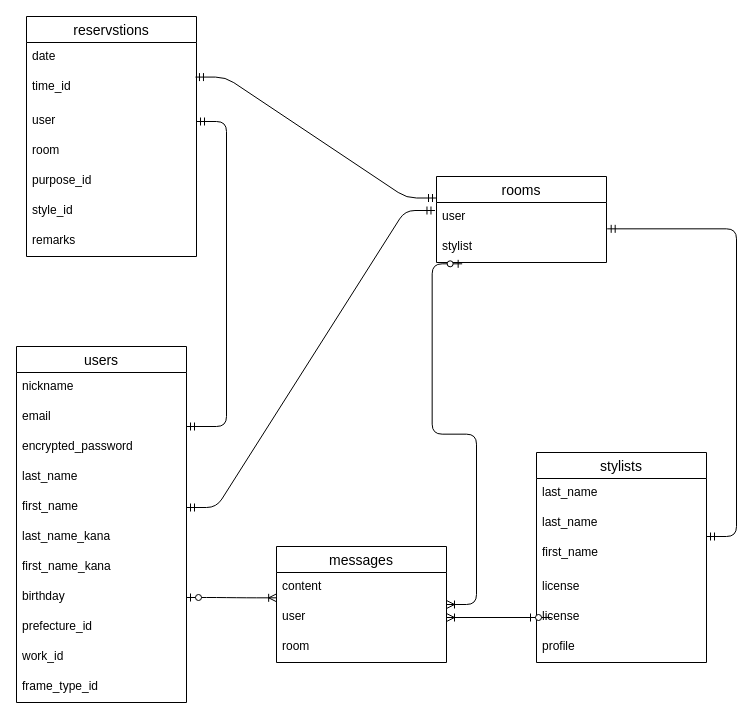
This is er.dio from rikako-yurino/Connect-Stylist, a draw.io file, before an edit. Source tidied: cells renumbered, new cells numbered last; positions are measured from the earlier drawing's top-left corner, leaving out a move shared by most shapes. Both pictures are drawn from the tidied source at 100%, with x=0, y=0 at pixel (16, 16).
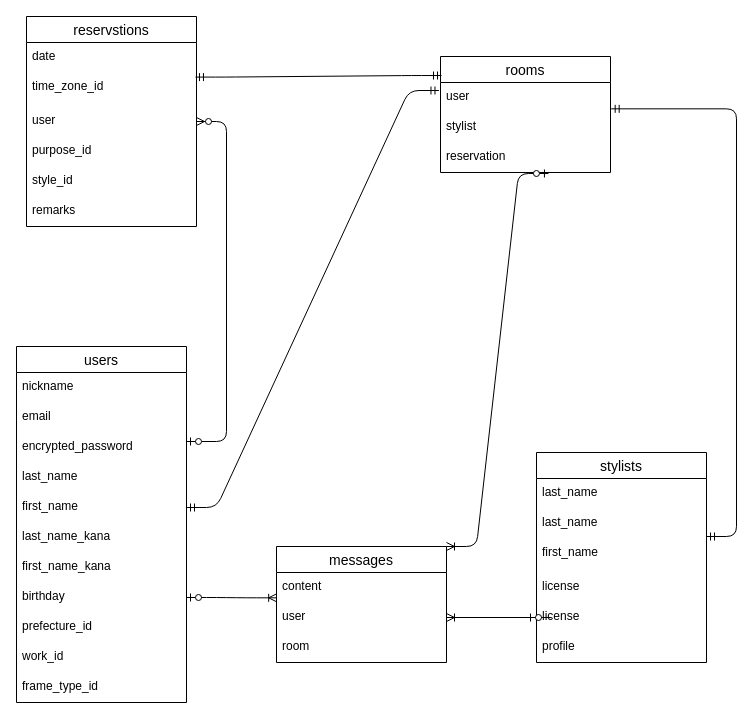
The same diagram, later.

Unchanged cells that the change refers to:
```xml
<mxCell id="16" value="stylist" style="text;strokeColor=none;fillColor=none;spacingLeft=4;spacingRight=4;overflow=hidden;points=[[0,0.5],[1,0.5]];portConstraint=eastwest;fontSize=12;" parent="14" vertex="1">
  <mxGeometry y="56" width="170" height="30" as="geometry" />
</mxCell>
<mxCell id="17" value="messages" style="swimlane;fontStyle=0;horizontal=1;startSize=26;align=center;fontSize=14;" parent="1" vertex="1">
  <mxGeometry x="260" y="530" width="170" height="116" as="geometry" />
</mxCell>
<mxCell id="35" value="user" style="text;strokeColor=none;fillColor=none;spacingLeft=4;spacingRight=4;overflow=hidden;points=[[0,0.5],[1,0.5]];portConstraint=eastwest;fontSize=12;" parent="32" vertex="1">
  <mxGeometry y="90" width="170" height="30" as="geometry" />
</mxCell>
```

What changed in the source:
```diff
@@
     <mxCell id="14" value="rooms" style="swimlane;fontStyle=0;horizontal=1;startSize=26;align=center;fontSize=14;" parent="1" vertex="1">
-      <mxGeometry x="420" y="160" width="170" height="86" as="geometry" />
+      <mxGeometry x="424" y="40" width="170" height="116" as="geometry" />
     </mxCell>
@@
+    <mxCell id="43" value="reservation" style="text;strokeColor=none;fillColor=none;spacingLeft=4;spacingRight=4;overflow=hidden;points=[[0,0.5],[1,0.5]];portConstraint=eastwest;fontSize=12;" parent="14" vertex="1">
+      <mxGeometry y="86" width="170" height="30" as="geometry" />
+    </mxCell>
@@
-    <mxCell id="21" style="edgeStyle=entityRelationEdgeStyle;fontSize=12;html=1;endArrow=ERoneToMany;startArrow=ERzeroToOne;exitX=0.151;exitY=1.044;exitDx=0;exitDy=0;exitPerimeter=0;entryX=1;entryY=0.5;entryDx=0;entryDy=0;" parent="1" edge="1" source="16" target="17">
+    <mxCell id="21" style="edgeStyle=entityRelationEdgeStyle;fontSize=12;html=1;endArrow=ERoneToMany;startArrow=ERzeroToOne;entryX=1;entryY=0;entryDx=0;entryDy=0;exitX=0.635;exitY=1.033;exitDx=0;exitDy=0;exitPerimeter=0;" parent="1" edge="1" source="43" target="17">
       <mxGeometry relative="1" as="geometry" />
     </mxCell>
@@
     <mxCell id="32" value="reservstions" style="swimlane;fontStyle=0;horizontal=1;startSize=26;align=center;fontSize=14;" parent="1" vertex="1">
-      <mxGeometry x="10" width="170" height="240" as="geometry" />
+      <mxGeometry x="10" width="170" height="210" as="geometry" />
     </mxCell>
@@
-    <mxCell id="34" value="time_id" style="text;strokeColor=none;fillColor=none;spacingLeft=4;spacingRight=4;overflow=hidden;points=[[0,0.5],[1,0.5]];portConstraint=eastwest;fontSize=12;" parent="32" vertex="1">
+    <mxCell id="34" value="time_zone_id" style="text;strokeColor=none;fillColor=none;spacingLeft=4;spacingRight=4;overflow=hidden;points=[[0,0.5],[1,0.5]];portConstraint=eastwest;fontSize=12;" parent="32" vertex="1">
       <mxGeometry y="56" width="170" height="34" as="geometry" />
     </mxCell>
@@
-    <mxCell id="36" value="room" style="text;strokeColor=none;fillColor=none;spacingLeft=4;spacingRight=4;overflow=hidden;fontSize=12;" parent="32" vertex="1">
-      <mxGeometry y="120" width="170" height="30" as="geometry" />
-    </mxCell>
     <mxCell id="37" value="purpose_id" style="text;strokeColor=none;fillColor=none;spacingLeft=4;spacingRight=4;overflow=hidden;fontSize=12;" parent="32" vertex="1">
-      <mxGeometry y="150" width="170" height="30" as="geometry" />
+      <mxGeometry y="120" width="170" height="30" as="geometry" />
     </mxCell>
+    <mxCell id="44" style="edgeStyle=entityRelationEdgeStyle;fontSize=12;html=1;endArrow=ERzeroToMany;startArrow=ERzeroToOne;" parent="32" edge="1" target="35">
+      <mxGeometry relative="1" as="geometry">
+        <mxPoint x="160" y="425" as="sourcePoint" />
+      </mxGeometry>
+    </mxCell>
     <mxCell id="38" value="style_id" style="text;strokeColor=none;fillColor=none;spacingLeft=4;spacingRight=4;overflow=hidden;fontSize=12;" parent="32" vertex="1">
-      <mxGeometry y="180" width="170" height="30" as="geometry" />
+      <mxGeometry y="150" width="170" height="30" as="geometry" />
     </mxCell>
     <mxCell id="39" value="remarks" style="text;strokeColor=none;fillColor=none;spacingLeft=4;spacingRight=4;overflow=hidden;fontSize=12;" parent="32" vertex="1">
-      <mxGeometry y="210" width="170" height="30" as="geometry" />
+      <mxGeometry y="180" width="170" height="30" as="geometry" />
     </mxCell>
-    <mxCell id="40" style="edgeStyle=entityRelationEdgeStyle;fontSize=12;html=1;endArrow=ERmandOne;startArrow=ERmandOne;entryX=0;entryY=0.25;entryDx=0;entryDy=0;exitX=0.994;exitY=0.135;exitDx=0;exitDy=0;exitPerimeter=0;" parent="1" edge="1" source="34" target="14">
+    <mxCell id="40" style="edgeStyle=entityRelationEdgeStyle;fontSize=12;html=1;endArrow=ERmandOne;startArrow=ERmandOne;entryX=0.006;entryY=0.164;entryDx=0;entryDy=0;exitX=0.994;exitY=0.135;exitDx=0;exitDy=0;exitPerimeter=0;entryPerimeter=0;" parent="1" edge="1" source="34" target="14">
       <mxGeometry relative="1" as="geometry" />
     </mxCell>
-    <mxCell id="41" style="edgeStyle=entityRelationEdgeStyle;fontSize=12;html=1;endArrow=ERmandOne;startArrow=ERmandOne;exitX=1;exitY=0.5;exitDx=0;exitDy=0;" parent="1" edge="1" target="35">
-      <mxGeometry relative="1" as="geometry">
-        <mxPoint x="170" y="410" as="sourcePoint" />
-      </mxGeometry>
-    </mxCell>
```
